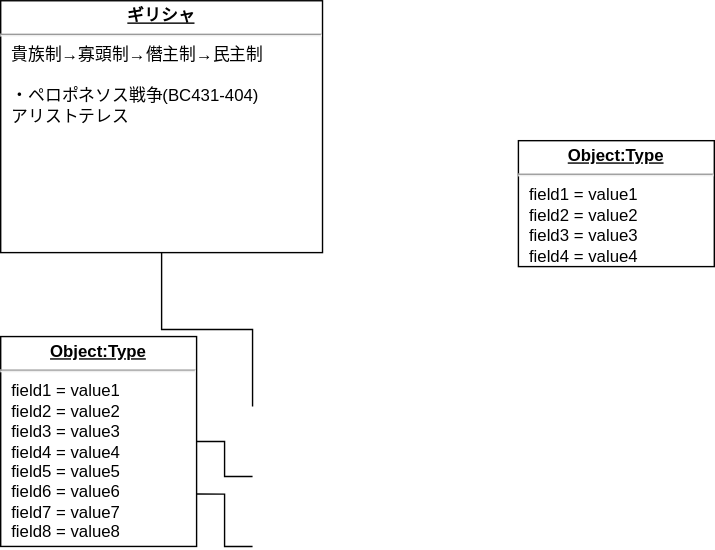
kx198x/kx198x.github.io keeps this draw.io diagram as assets/fig/20220626/relation.svg. Above is the earlier version. Source tidied: cells renumbered, new cells last; positions are measured from the earlier drawing's top-left corner, leaving out a move shared by most shapes.
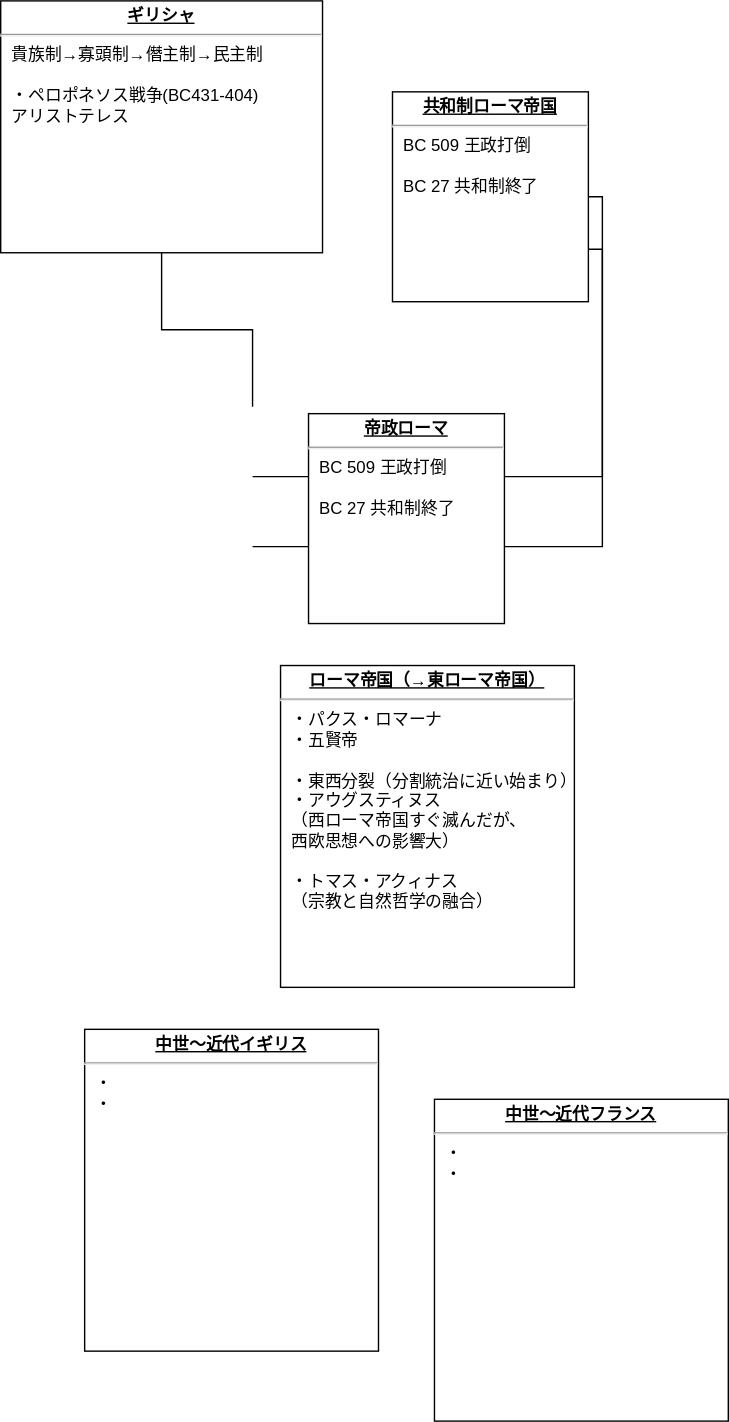
After the commit.

Diff of the diagram source:
```diff
@@ -10,8 +10,8 @@
     <mxCell id="3" value="&lt;p style=&quot;margin: 0px ; margin-top: 4px ; text-align: center ; text-decoration: underline&quot;&gt;&lt;b&gt;ギリシャ&lt;/b&gt;&lt;/p&gt;&lt;hr&gt;&lt;p style=&quot;margin: 0px 0px 0px 8px;&quot;&gt;&lt;font style=&quot;font-size: 12px;&quot;&gt;貴族制→寡頭制→&lt;/font&gt;&lt;span style=&quot;background-color: initial;&quot;&gt;僭主制→民主制&lt;/span&gt;&lt;/p&gt;&lt;p style=&quot;margin: 0px 0px 0px 8px;&quot;&gt;&lt;font style=&quot;font-size: 12px;&quot;&gt;&lt;br&gt;&lt;/font&gt;&lt;/p&gt;&lt;p style=&quot;margin: 0px 0px 0px 8px;&quot;&gt;&lt;font style=&quot;font-size: 12px;&quot;&gt;・ペロポネソス戦争(BC431-404)&lt;/font&gt;&lt;/p&gt;&lt;p style=&quot;margin: 0px 0px 0px 8px;&quot;&gt;&lt;font style=&quot;font-size: 12px;&quot;&gt;アリストテレス&lt;/font&gt;&lt;/p&gt;&lt;p style=&quot;margin: 0px 0px 0px 8px;&quot;&gt;&lt;br&gt;&lt;/p&gt;" style="verticalAlign=top;align=left;overflow=fill;fontSize=12;fontFamily=Helvetica;html=1;rounded=0;shadow=0;comic=0;labelBackgroundColor=none;strokeWidth=1;" parent="1" vertex="1">
       <mxGeometry width="230" height="180" as="geometry" />
     </mxCell>
-    <mxCell id="4" value="&lt;p style=&quot;margin: 0px ; margin-top: 4px ; text-align: center ; text-decoration: underline&quot;&gt;&lt;b&gt;Object:Type&lt;/b&gt;&lt;/p&gt;&lt;hr&gt;&lt;p style=&quot;margin: 0px ; margin-left: 8px&quot;&gt;field1 = value1&lt;br&gt;field2 = value2&lt;br&gt;field3 = value3&lt;/p&gt;&lt;p style=&quot;margin: 0px ; margin-left: 8px&quot;&gt;field4 = value4&lt;br&gt;&lt;/p&gt;&lt;p style=&quot;margin: 0px ; margin-left: 8px&quot;&gt;field5 = value5&lt;br&gt;&lt;/p&gt;&lt;p style=&quot;margin: 0px ; margin-left: 8px&quot;&gt;field6 = value6&lt;br&gt;&lt;/p&gt;&lt;p style=&quot;margin: 0px ; margin-left: 8px&quot;&gt;field7 = value7&lt;br&gt;&lt;/p&gt;&lt;p style=&quot;margin: 0px ; margin-left: 8px&quot;&gt;field8 = value8&lt;/p&gt;" style="verticalAlign=top;align=left;overflow=fill;fontSize=12;fontFamily=Helvetica;html=1;rounded=0;shadow=0;comic=0;labelBackgroundColor=none;strokeWidth=1;" parent="1" vertex="1">
-      <mxGeometry y="240" width="140" height="150" as="geometry" />
+    <mxCell id="4" value="&lt;p style=&quot;margin: 0px ; margin-top: 4px ; text-align: center ; text-decoration: underline&quot;&gt;&lt;b&gt;共和制ローマ帝国&lt;/b&gt;&lt;/p&gt;&lt;hr&gt;&lt;p style=&quot;margin: 0px ; margin-left: 8px&quot;&gt;BC 509 王政打倒&lt;/p&gt;&lt;p style=&quot;margin: 0px ; margin-left: 8px&quot;&gt;&lt;br&gt;&lt;/p&gt;&lt;p style=&quot;margin: 0px ; margin-left: 8px&quot;&gt;BC 27 共和制終了&lt;/p&gt;" style="verticalAlign=top;align=left;overflow=fill;fontSize=12;fontFamily=Helvetica;html=1;rounded=0;shadow=0;comic=0;labelBackgroundColor=none;strokeWidth=1;" parent="1" vertex="1">
+      <mxGeometry x="280" y="65" width="140" height="150" as="geometry" />
     </mxCell>
     <mxCell id="5" style="edgeStyle=orthogonalEdgeStyle;rounded=0;html=1;exitX=0;exitY=0.75;entryX=1;entryY=0.75;labelBackgroundColor=none;endArrow=none;endFill=0;endSize=8;fontFamily=Verdana;fontSize=12;align=left;" parent="1" edge="1" target="4">
       <mxGeometry relative="1" as="geometry">
@@ -23,8 +23,17 @@
         <mxPoint x="180" y="340" as="sourcePoint" />
       </mxGeometry>
     </mxCell>
-    <mxCell id="7" value="&lt;p style=&quot;margin: 0px ; margin-top: 4px ; text-align: center ; text-decoration: underline&quot;&gt;&lt;b&gt;Object:Type&lt;/b&gt;&lt;/p&gt;&lt;hr&gt;&lt;p style=&quot;margin: 0px ; margin-left: 8px&quot;&gt;field1 = value1&lt;br&gt;field2 = value2&lt;br&gt;field3 = value3&lt;/p&gt;&lt;p style=&quot;margin: 0px ; margin-left: 8px&quot;&gt;field4 = value4&lt;/p&gt;" style="verticalAlign=top;align=left;overflow=fill;fontSize=12;fontFamily=Helvetica;html=1;rounded=0;shadow=0;comic=0;labelBackgroundColor=none;strokeWidth=1;" parent="1" vertex="1">
-      <mxGeometry x="370" y="100" width="140" height="90" as="geometry" />
-    </mxCell>
+    <mxCell id="8" value="&lt;p style=&quot;margin: 0px ; margin-top: 4px ; text-align: center ; text-decoration: underline&quot;&gt;&lt;b&gt;帝政ローマ&lt;/b&gt;&lt;/p&gt;&lt;hr&gt;&lt;p style=&quot;margin: 0px ; margin-left: 8px&quot;&gt;BC 509 王政打倒&lt;/p&gt;&lt;p style=&quot;margin: 0px ; margin-left: 8px&quot;&gt;&lt;br&gt;&lt;/p&gt;&lt;p style=&quot;margin: 0px ; margin-left: 8px&quot;&gt;BC 27 共和制終了&lt;/p&gt;" style="verticalAlign=top;align=left;overflow=fill;fontSize=12;fontFamily=Helvetica;html=1;rounded=0;shadow=0;comic=0;labelBackgroundColor=none;strokeWidth=1;" parent="1" vertex="1">
+      <mxGeometry x="220" y="295" width="140" height="150" as="geometry" />
+    </mxCell>
+    <mxCell id="9" value="&lt;p style=&quot;margin: 0px ; margin-top: 4px ; text-align: center ; text-decoration: underline&quot;&gt;&lt;b&gt;ローマ帝国（→東ローマ帝国）&lt;/b&gt;&lt;/p&gt;&lt;hr&gt;&lt;p style=&quot;margin: 0px ; margin-left: 8px&quot;&gt;&lt;span style=&quot;background-color: initial;&quot;&gt;・パクス・ロマーナ&lt;/span&gt;&lt;br&gt;&lt;/p&gt;&lt;p style=&quot;margin: 0px ; margin-left: 8px&quot;&gt;・五賢帝&lt;/p&gt;&lt;p style=&quot;margin: 0px ; margin-left: 8px&quot;&gt;&lt;br&gt;&lt;/p&gt;&lt;p style=&quot;margin: 0px ; margin-left: 8px&quot;&gt;・東西分裂（分割統治に近い始まり）&lt;/p&gt;&lt;p style=&quot;margin: 0px ; margin-left: 8px&quot;&gt;・アウグスティヌス&lt;/p&gt;&lt;p style=&quot;margin: 0px ; margin-left: 8px&quot;&gt;（西ローマ帝国すぐ滅んだが、&lt;/p&gt;&lt;p style=&quot;margin: 0px ; margin-left: 8px&quot;&gt;西欧思想への影響大）&lt;/p&gt;&lt;p style=&quot;margin: 0px ; margin-left: 8px&quot;&gt;&lt;br&gt;&lt;/p&gt;&lt;p style=&quot;margin: 0px ; margin-left: 8px&quot;&gt;・トマス・アクィナス&lt;/p&gt;&lt;p style=&quot;margin: 0px ; margin-left: 8px&quot;&gt;（宗教と自然哲学の融合）&lt;/p&gt;" style="verticalAlign=top;align=left;overflow=fill;fontSize=12;fontFamily=Helvetica;html=1;rounded=0;shadow=0;comic=0;labelBackgroundColor=none;strokeWidth=1;" parent="1" vertex="1">
+      <mxGeometry x="200" y="475" width="210" height="230" as="geometry" />
+    </mxCell>
+    <mxCell id="10" value="&lt;p style=&quot;margin: 0px ; margin-top: 4px ; text-align: center ; text-decoration: underline&quot;&gt;&lt;b&gt;中世～近代イギリス&lt;/b&gt;&lt;/p&gt;&lt;hr&gt;&lt;p style=&quot;margin: 0px ; margin-left: 8px&quot;&gt;・&lt;/p&gt;&lt;p style=&quot;margin: 0px ; margin-left: 8px&quot;&gt;・&lt;/p&gt;" style="verticalAlign=top;align=left;overflow=fill;fontSize=12;fontFamily=Helvetica;html=1;rounded=0;shadow=0;comic=0;labelBackgroundColor=none;strokeWidth=1;" parent="1" vertex="1">
+      <mxGeometry x="60" y="735" width="210" height="230" as="geometry" />
+    </mxCell>
+    <mxCell id="11" value="&lt;p style=&quot;margin: 0px ; margin-top: 4px ; text-align: center ; text-decoration: underline&quot;&gt;&lt;b&gt;中世～近代フランス&lt;/b&gt;&lt;/p&gt;&lt;hr&gt;&lt;p style=&quot;margin: 0px ; margin-left: 8px&quot;&gt;・&lt;/p&gt;&lt;p style=&quot;margin: 0px ; margin-left: 8px&quot;&gt;・&lt;/p&gt;" style="verticalAlign=top;align=left;overflow=fill;fontSize=12;fontFamily=Helvetica;html=1;rounded=0;shadow=0;comic=0;labelBackgroundColor=none;strokeWidth=1;" parent="1" vertex="1">
+      <mxGeometry x="310" y="785" width="210" height="230" as="geometry" />
+    </mxCell>
   </root>
 </mxGraphModel>
```
